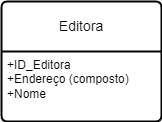
The draw.io diagram modelo Logico exerc 2.drawio.png in VitorFonseca123/ExerciciosACH2004_BD, before a commit. Source tidied: cells renumbered, new cells last; positions are measured from the earlier drawing's top-left corner, leaving out a move shared by most shapes.
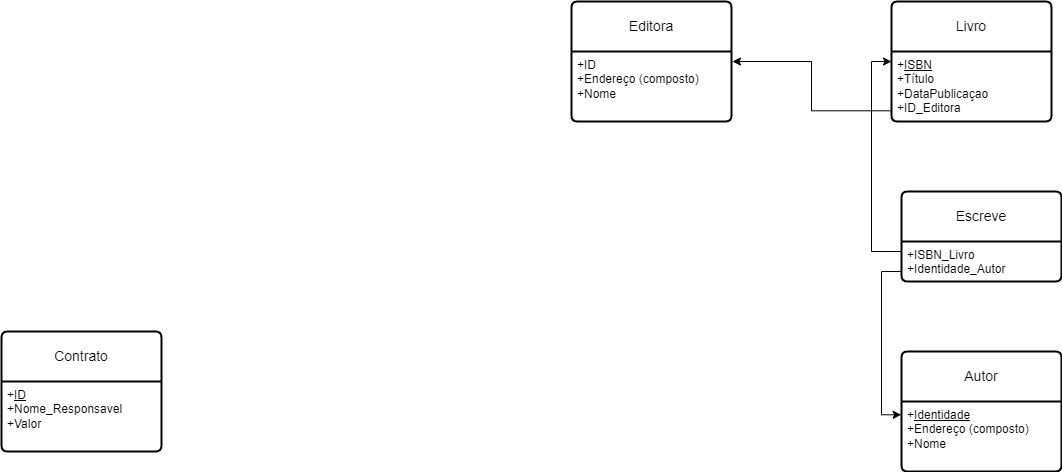
Above is the later version.

Diff of the diagram source:
```diff
@@ -5,8 +5,41 @@
     <mxCell id="2" value="Editora" style="swimlane;horizontal=1;startSize=50;rounded=1;fontSize=14;fontStyle=0;strokeWidth=2;shadow=0;dashed=0;align=center;arcSize=4;whiteSpace=wrap;html=1;" parent="1" vertex="1">
       <mxGeometry width="160" height="120" as="geometry" />
     </mxCell>
-    <mxCell id="3" value="+ID_Editora&lt;br&gt;+Endereço (composto)&lt;br&gt;+Nome" style="align=left;strokeColor=none;fillColor=none;spacingLeft=4;fontSize=12;verticalAlign=top;html=1;" parent="2" vertex="1">
+    <mxCell id="3" value="+ID&lt;br&gt;+Endereço (composto)&lt;br&gt;+Nome" style="align=left;strokeColor=none;fillColor=none;spacingLeft=4;fontSize=12;verticalAlign=top;html=1;" parent="2" vertex="1">
       <mxGeometry y="50" width="160" height="70" as="geometry" />
     </mxCell>
+    <mxCell id="4" value="Livro" style="swimlane;horizontal=1;startSize=50;rounded=1;fontSize=14;fontStyle=0;strokeWidth=2;shadow=0;dashed=0;align=center;arcSize=4;whiteSpace=wrap;html=1;" parent="1" vertex="1">
+      <mxGeometry x="320" width="160" height="120" as="geometry" />
+    </mxCell>
+    <mxCell id="5" value="+&lt;u&gt;ISBN&lt;/u&gt;&lt;br&gt;+Título&lt;br&gt;+DataPublicaçao&lt;br&gt;+ID_Editora&lt;br&gt;" style="align=left;strokeColor=none;fillColor=none;spacingLeft=4;fontSize=12;verticalAlign=top;html=1;" parent="4" vertex="1">
+      <mxGeometry y="50" width="160" height="70" as="geometry" />
+    </mxCell>
+    <mxCell id="6" style="edgeStyle=orthogonalEdgeStyle;rounded=0;jettySize=auto;html=1;exitX=-0.007;exitY=0.847;exitDx=0;exitDy=0;entryX=1.006;entryY=0.143;entryDx=0;entryDy=0;entryPerimeter=0;exitPerimeter=0;" parent="1" edge="1" source="5" target="3">
+      <mxGeometry relative="1" as="geometry" />
+    </mxCell>
+    <mxCell id="7" value="Autor" style="swimlane;horizontal=1;startSize=50;rounded=1;fontSize=14;fontStyle=0;strokeWidth=2;shadow=0;dashed=0;align=center;arcSize=4;whiteSpace=wrap;html=1;" parent="1" vertex="1">
+      <mxGeometry x="330" y="350" width="160" height="120" as="geometry" />
+    </mxCell>
+    <mxCell id="8" value="+&lt;u&gt;Identidade&lt;/u&gt;&lt;br&gt;+Endereço (composto)&lt;br&gt;+Nome" style="align=left;strokeColor=none;fillColor=none;spacingLeft=4;fontSize=12;verticalAlign=top;html=1;" parent="7" vertex="1">
+      <mxGeometry y="50" width="160" height="70" as="geometry" />
+    </mxCell>
+    <mxCell id="9" value="Escreve" style="swimlane;horizontal=1;startSize=50;rounded=1;fontSize=14;fontStyle=0;strokeWidth=2;shadow=0;dashed=0;align=center;arcSize=4;whiteSpace=wrap;html=1;" parent="1" vertex="1">
+      <mxGeometry x="330" y="190" width="160" height="90" as="geometry" />
+    </mxCell>
+    <mxCell id="10" value="+ISBN_Livro&lt;br&gt;+Identidade_Autor" style="align=left;strokeColor=none;fillColor=none;spacingLeft=4;fontSize=12;verticalAlign=top;html=1;" parent="9" vertex="1">
+      <mxGeometry y="50" width="160" height="40" as="geometry" />
+    </mxCell>
+    <mxCell id="11" style="edgeStyle=orthogonalEdgeStyle;rounded=0;jettySize=auto;html=1;exitX=0;exitY=0.75;exitDx=0;exitDy=0;entryX=-0.002;entryY=0.19;entryDx=0;entryDy=0;entryPerimeter=0;" parent="1" edge="1" source="10" target="8">
+      <mxGeometry relative="1" as="geometry" />
+    </mxCell>
+    <mxCell id="12" style="edgeStyle=orthogonalEdgeStyle;rounded=0;jettySize=auto;html=1;exitX=0;exitY=0.25;exitDx=0;exitDy=0;entryX=0;entryY=0.143;entryDx=0;entryDy=0;entryPerimeter=0;" parent="1" edge="1" source="10" target="5">
+      <mxGeometry relative="1" as="geometry" />
+    </mxCell>
+    <mxCell id="13" value="Contrato" style="swimlane;horizontal=1;startSize=50;rounded=1;fontSize=14;fontStyle=0;strokeWidth=2;shadow=0;dashed=0;align=center;arcSize=4;whiteSpace=wrap;html=1;" parent="1" vertex="1">
+      <mxGeometry x="-570" y="330" width="160" height="120" as="geometry" />
+    </mxCell>
+    <mxCell id="14" value="+&lt;u&gt;ID&lt;/u&gt;&lt;br&gt;+Nome_Responsavel&lt;br&gt;+Valor" style="align=left;strokeColor=none;fillColor=none;spacingLeft=4;fontSize=12;verticalAlign=top;html=1;" parent="13" vertex="1">
+      <mxGeometry y="50" width="160" height="70" as="geometry" />
+    </mxCell>
   </root>
 </mxGraphModel>
```
